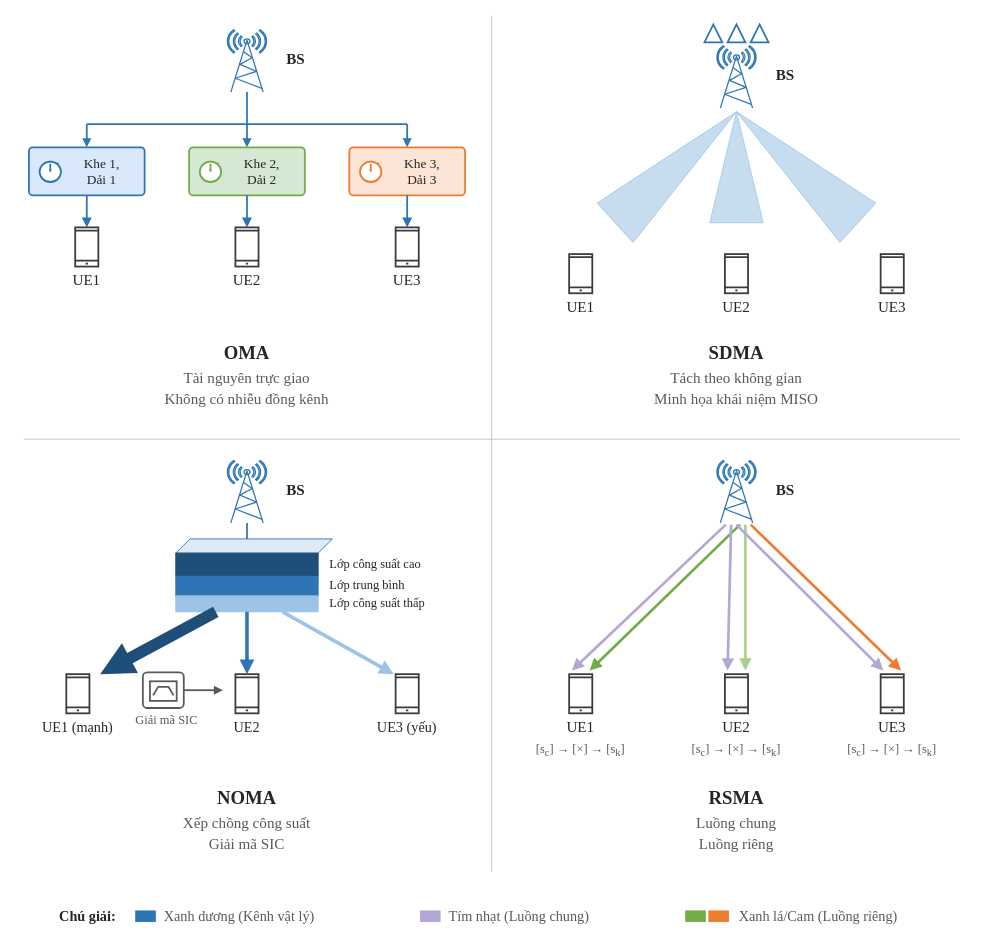
Earlier version of the draw.io diagram thesis/figures/drawio/chapter1/chapter1_fig01_oma_sdma_noma_rsma.drawio (Juliolayme/STAR_RIS_RSMA_TD3). Source tidied: cells renumbered, new cells numbered last; positions are measured from the earlier drawing's top-left corner, leaving out a move shared by most shapes. Both pictures are drawn from the tidied source at 89%, with x=0, y=0 at pixel (15, 15).
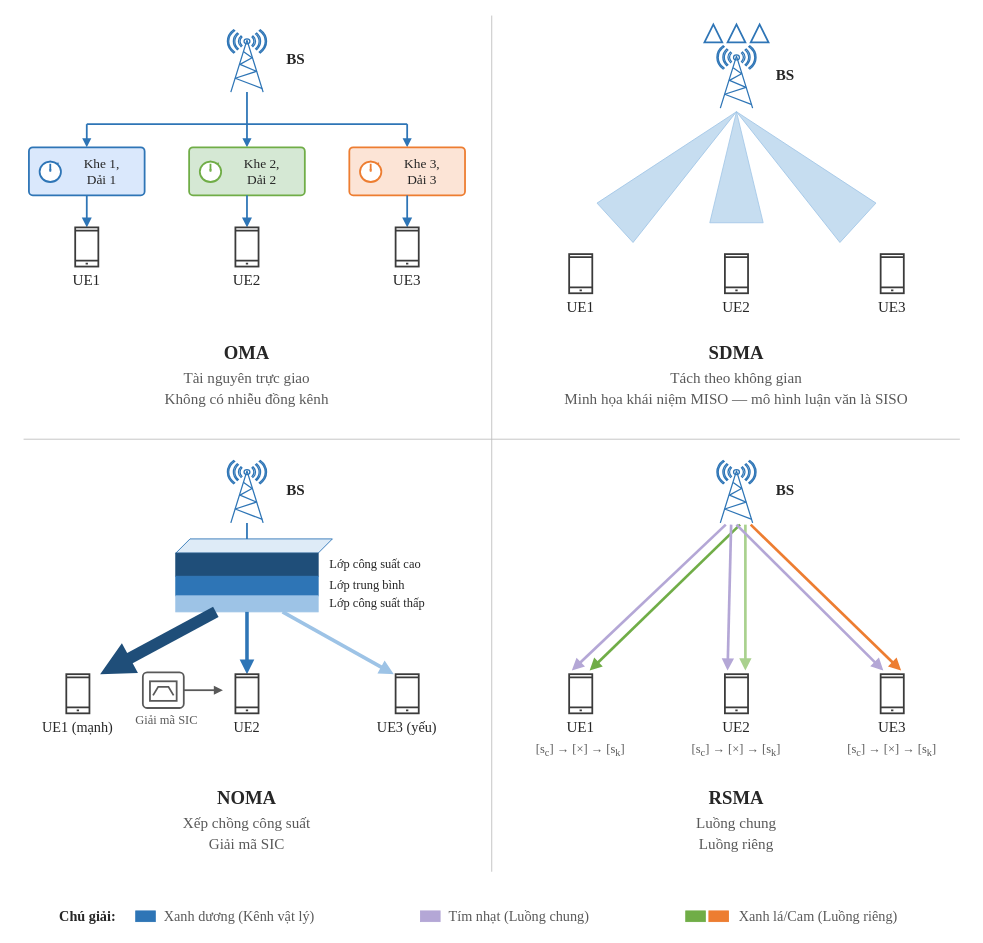
The same diagram, later.

Commit message (it also covers changes not shown here):
Tighten wording in figures 1.1 and 2.3

The edit, as a diff of the source:
```diff
@@
-    <mxCell id="48" value="Minh họa khái niệm MISO" style="text;html=1;strokeColor=none;fillColor=none;align=center;verticalAlign=middle;whiteSpace=wrap;fontFamily=Times New Roman;fontSize=17;fontColor=#595959;" parent="1" vertex="1">
+    <mxCell id="48" value="Minh họa khái niệm MISO — mô hình luận văn là SISO" style="text;html=1;strokeColor=none;fillColor=none;align=center;verticalAlign=middle;whiteSpace=wrap;fontFamily=Times New Roman;fontSize=17;fontColor=#595959;" parent="1" vertex="1">
       <mxGeometry x="555" y="420" width="510" height="24" as="geometry" />
     </mxCell>
```
